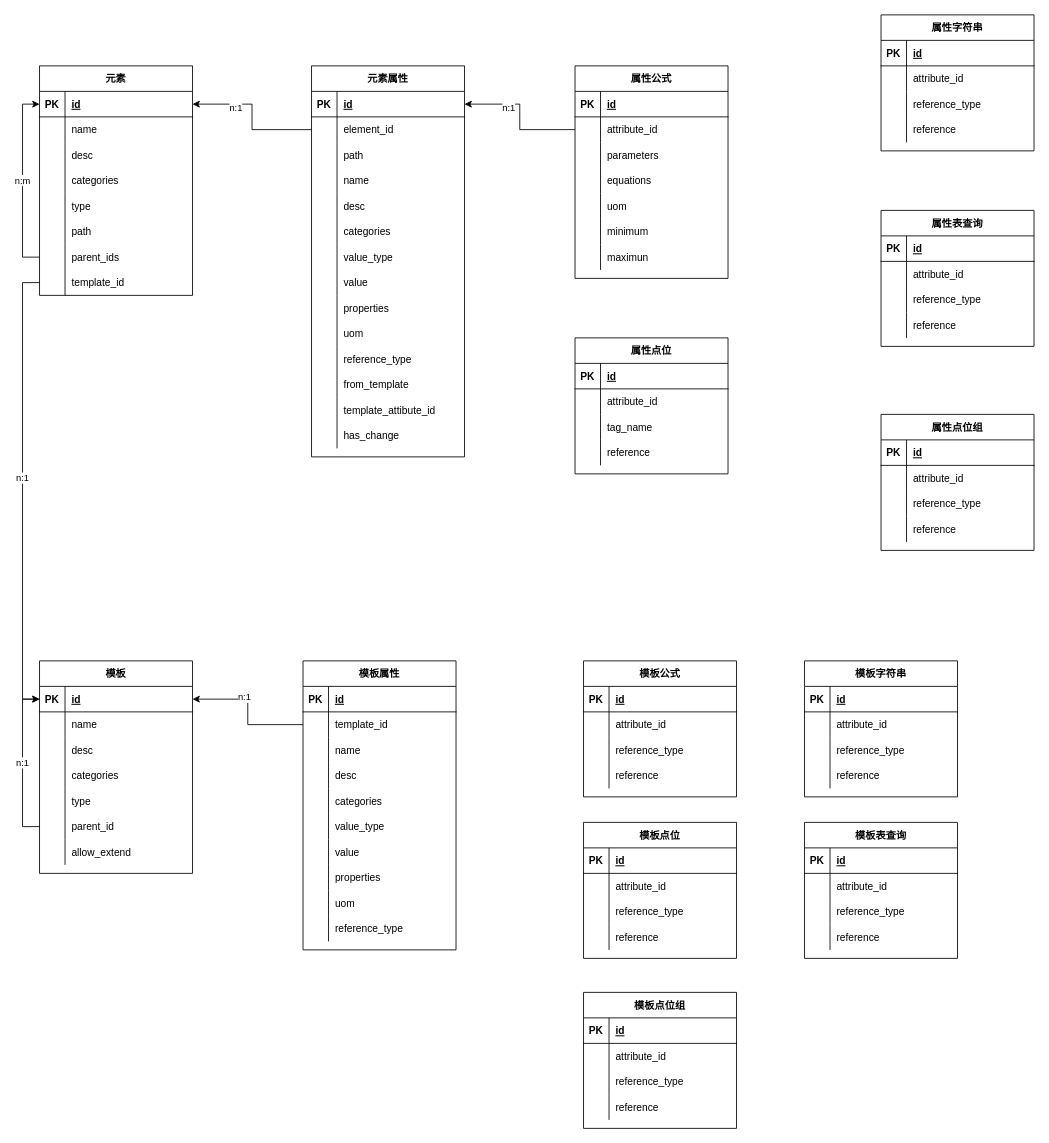
The draw.io diagram 资产框架.drawio in huhailong147/Test, before the edit. Source tidied: cells renumbered, new cells numbered last; positions are measured from the earlier drawing's top-left corner, leaving out a move shared by most shapes. Both pictures are drawn from the tidied source at 85%, with x=0, y=0 at pixel (39, 14).
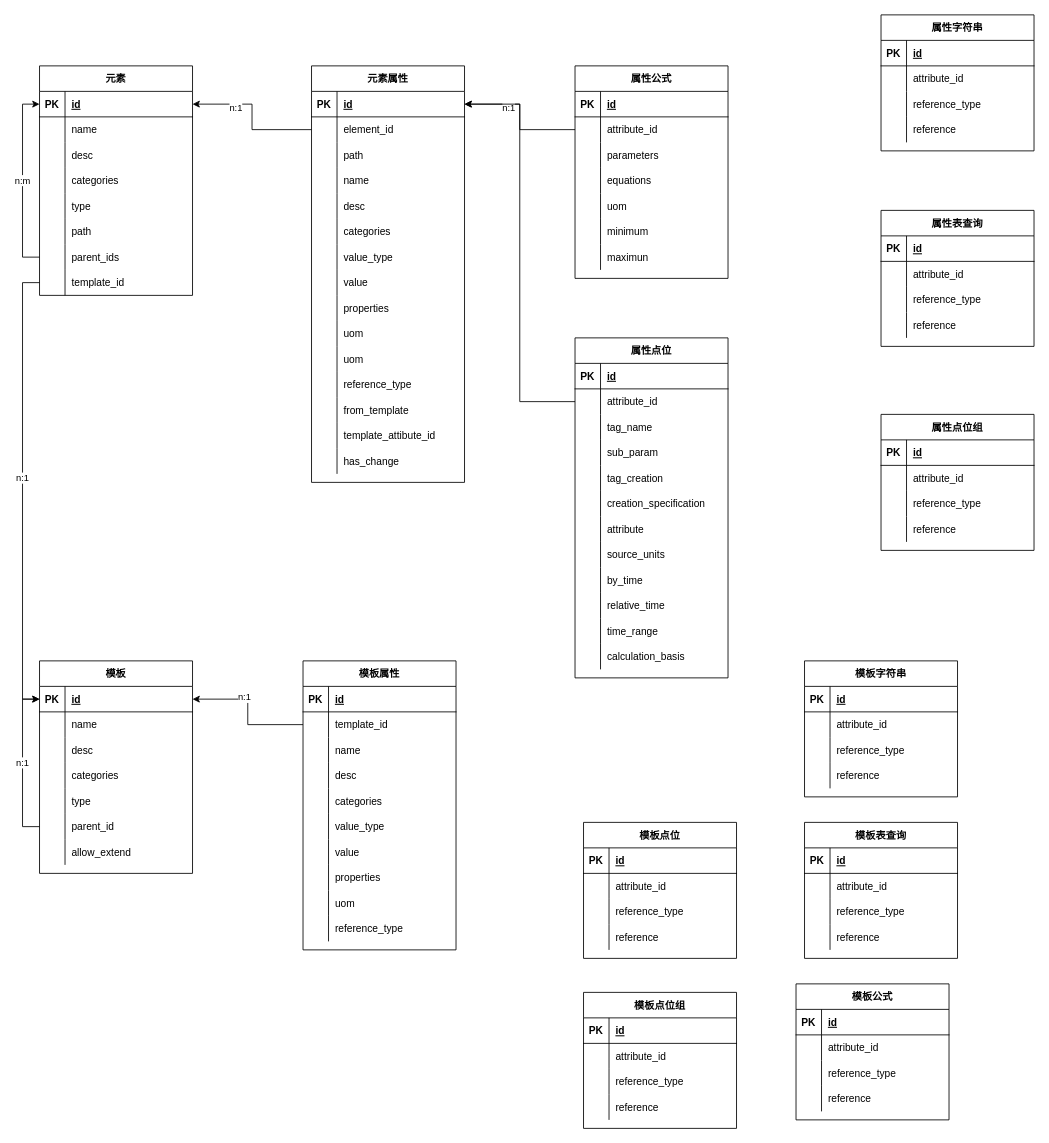
The same diagram, later.

The change refers to these unchanged cells:
```xml
<mxCell id="5" style="shape=partialRectangle;fillColor=none;top=0;left=0;bottom=1;right=0;points=[[0,0.5],[1,0.5]];portConstraint=eastwest;" parent="4" vertex="1">
  <mxGeometry y="30" width="180" height="30" as="geometry" />
</mxCell>
<mxCell id="263" style="shape=partialRectangle;fillColor=none;top=0;left=0;bottom=0;right=0;points=[[0,0.5],[1,0.5]];portConstraint=eastwest;" parent="259" vertex="1">
  <mxGeometry y="60" width="180" height="30" as="geometry" />
</mxCell>
<mxCell id="269" style="shape=partialRectangle;fillColor=none;top=0;left=0;bottom=0;right=0;" parent="259" vertex="1">
  <mxGeometry y="120" width="180" height="30" as="geometry" />
</mxCell>
```

Change to the diagram source:
```diff
@@
     <mxCell id="4" value="元素属性" style="shape=table;startSize=30;childLayout=tableLayout;rowLines=0;fontStyle=1;align=center;" parent="1" vertex="1">
-      <mxGeometry x="320" y="60" width="180" height="460" as="geometry" />
+      <mxGeometry x="320" y="60" width="180" height="490" as="geometry" />
     </mxCell>
@@
+    <mxCell id="272" style="shape=partialRectangle;fillColor=none;top=0;left=0;bottom=0;right=0;" parent="4" vertex="1">
+      <mxGeometry y="300" width="180" height="30" as="geometry" />
+    </mxCell>
+    <mxCell id="273" style="shape=partialRectangle;fillColor=none;top=0;left=0;bottom=0;right=0;overflow=hidden;" parent="272" vertex="1">
+      <mxGeometry width="30" height="30" as="geometry" />
+    </mxCell>
+    <mxCell id="274" value="uom" style="shape=partialRectangle;fillColor=none;top=0;left=0;bottom=0;right=0;align=left;spacingLeft=6;overflow=hidden;" parent="272" vertex="1">
+      <mxGeometry x="30" width="150" height="30" as="geometry" />
+    </mxCell>
     <mxCell id="32" style="shape=partialRectangle;fillColor=none;top=0;left=0;bottom=0;right=0;" parent="4" vertex="1">
-      <mxGeometry y="300" width="180" height="30" as="geometry" />
+      <mxGeometry y="330" width="180" height="30" as="geometry" />
     </mxCell>
@@
     <mxCell id="35" style="shape=partialRectangle;fillColor=none;top=0;left=0;bottom=0;right=0;" parent="4" vertex="1">
-      <mxGeometry y="330" width="180" height="30" as="geometry" />
+      <mxGeometry y="360" width="180" height="30" as="geometry" />
     </mxCell>
@@
     <mxCell id="38" style="shape=partialRectangle;fillColor=none;top=0;left=0;bottom=0;right=0;" parent="4" vertex="1">
-      <mxGeometry y="360" width="180" height="30" as="geometry" />
+      <mxGeometry y="390" width="180" height="30" as="geometry" />
     </mxCell>
@@
     <mxCell id="41" style="shape=partialRectangle;fillColor=none;top=0;left=0;bottom=0;right=0;" parent="4" vertex="1">
-      <mxGeometry y="390" width="180" height="30" as="geometry" />
+      <mxGeometry y="420" width="180" height="30" as="geometry" />
     </mxCell>
@@
     <mxCell id="44" style="shape=partialRectangle;fillColor=none;top=0;left=0;bottom=0;right=0;" parent="4" vertex="1">
-      <mxGeometry y="420" width="180" height="30" as="geometry" />
+      <mxGeometry y="450" width="180" height="30" as="geometry" />
     </mxCell>
@@
-    <mxCell id="168" value="模板公式" style="shape=table;startSize=30;childLayout=tableLayout;rowLines=0;fontStyle=1;align=center;" parent="1" vertex="1">
-      <mxGeometry x="640" y="760" width="180" height="160" as="geometry" />
-    </mxCell>
-    <mxCell id="169" style="shape=partialRectangle;fillColor=none;top=0;left=0;bottom=1;right=0;" parent="168" vertex="1">
-      <mxGeometry y="30" width="180" height="30" as="geometry" />
-    </mxCell>
-    <mxCell id="170" value="PK" style="shape=partialRectangle;fillColor=none;top=0;left=0;bottom=0;right=0;fontStyle=1;overflow=hidden;" parent="169" vertex="1">
-      <mxGeometry width="30" height="30" as="geometry" />
-    </mxCell>
-    <mxCell id="171" value="id" style="shape=partialRectangle;fillColor=none;top=0;left=0;bottom=0;right=0;align=left;spacingLeft=6;fontStyle=5;overflow=hidden;" parent="169" vertex="1">
-      <mxGeometry x="30" width="150" height="30" as="geometry" />
-    </mxCell>
-    <mxCell id="172" style="shape=partialRectangle;fillColor=none;top=0;left=0;bottom=0;right=0;" parent="168" vertex="1">
-      <mxGeometry y="60" width="180" height="30" as="geometry" />
-    </mxCell>
-    <mxCell id="173" style="shape=partialRectangle;fillColor=none;top=0;left=0;bottom=0;right=0;overflow=hidden;" parent="172" vertex="1">
-      <mxGeometry width="30" height="30" as="geometry" />
-    </mxCell>
-    <mxCell id="174" value="attribute_id" style="shape=partialRectangle;fillColor=none;top=0;left=0;bottom=0;right=0;align=left;spacingLeft=6;overflow=hidden;" parent="172" vertex="1">
-      <mxGeometry x="30" width="150" height="30" as="geometry" />
-    </mxCell>
-    <mxCell id="175" style="shape=partialRectangle;fillColor=none;top=0;left=0;bottom=0;right=0;" parent="168" vertex="1">
-      <mxGeometry y="90" width="180" height="30" as="geometry" />
-    </mxCell>
-    <mxCell id="176" style="shape=partialRectangle;fillColor=none;top=0;left=0;bottom=0;right=0;overflow=hidden;" parent="175" vertex="1">
-      <mxGeometry width="30" height="30" as="geometry" />
-    </mxCell>
-    <mxCell id="177" value="reference_type" style="shape=partialRectangle;fillColor=none;top=0;left=0;bottom=0;right=0;align=left;spacingLeft=6;overflow=hidden;" parent="175" vertex="1">
-      <mxGeometry x="30" width="150" height="30" as="geometry" />
-    </mxCell>
-    <mxCell id="178" style="shape=partialRectangle;fillColor=none;top=0;left=0;bottom=0;right=0;" parent="168" vertex="1">
-      <mxGeometry y="120" width="180" height="30" as="geometry" />
-    </mxCell>
-    <mxCell id="179" style="shape=partialRectangle;fillColor=none;top=0;left=0;bottom=0;right=0;overflow=hidden;" parent="178" vertex="1">
-      <mxGeometry width="30" height="30" as="geometry" />
-    </mxCell>
-    <mxCell id="180" value="reference" style="shape=partialRectangle;fillColor=none;top=0;left=0;bottom=0;right=0;align=left;spacingLeft=6;overflow=hidden;" parent="178" vertex="1">
-      <mxGeometry x="30" width="150" height="30" as="geometry" />
-    </mxCell>
@@
     <mxCell id="259" value="属性点位" style="shape=table;startSize=30;childLayout=tableLayout;rowLines=0;fontStyle=1;align=center;" parent="1" vertex="1">
-      <mxGeometry x="630" y="380" width="180" height="160" as="geometry" />
+      <mxGeometry x="630" y="380" width="180" height="400" as="geometry" />
     </mxCell>
@@
-    <mxCell id="271" value="reference" style="shape=partialRectangle;fillColor=none;top=0;left=0;bottom=0;right=0;align=left;spacingLeft=6;overflow=hidden;" parent="269" vertex="1">
+    <mxCell id="271" value="sub_param" style="shape=partialRectangle;fillColor=none;top=0;left=0;bottom=0;right=0;align=left;spacingLeft=6;overflow=hidden;" parent="269" vertex="1">
       <mxGeometry x="30" width="150" height="30" as="geometry" />
     </mxCell>
+    <mxCell id="275" style="shape=partialRectangle;fillColor=none;top=0;left=0;bottom=0;right=0;" parent="259" vertex="1">
+      <mxGeometry y="150" width="180" height="30" as="geometry" />
+    </mxCell>
+    <mxCell id="276" style="shape=partialRectangle;fillColor=none;top=0;left=0;bottom=0;right=0;overflow=hidden;" parent="275" vertex="1">
+      <mxGeometry width="30" height="30" as="geometry" />
+    </mxCell>
+    <mxCell id="277" value="tag_creation" style="shape=partialRectangle;fillColor=none;top=0;left=0;bottom=0;right=0;align=left;spacingLeft=6;overflow=hidden;" parent="275" vertex="1">
+      <mxGeometry x="30" width="150" height="30" as="geometry" />
+    </mxCell>
+    <mxCell id="278" style="shape=partialRectangle;fillColor=none;top=0;left=0;bottom=0;right=0;" parent="259" vertex="1">
+      <mxGeometry y="180" width="180" height="30" as="geometry" />
+    </mxCell>
+    <mxCell id="279" style="shape=partialRectangle;fillColor=none;top=0;left=0;bottom=0;right=0;overflow=hidden;" parent="278" vertex="1">
+      <mxGeometry width="30" height="30" as="geometry" />
+    </mxCell>
+    <mxCell id="280" value="creation_specification" style="shape=partialRectangle;fillColor=none;top=0;left=0;bottom=0;right=0;align=left;spacingLeft=6;overflow=hidden;" parent="278" vertex="1">
+      <mxGeometry x="30" width="150" height="30" as="geometry" />
+    </mxCell>
+    <mxCell id="281" style="shape=partialRectangle;fillColor=none;top=0;left=0;bottom=0;right=0;" parent="259" vertex="1">
+      <mxGeometry y="210" width="180" height="30" as="geometry" />
+    </mxCell>
+    <mxCell id="282" style="shape=partialRectangle;fillColor=none;top=0;left=0;bottom=0;right=0;overflow=hidden;" parent="281" vertex="1">
+      <mxGeometry width="30" height="30" as="geometry" />
+    </mxCell>
+    <mxCell id="283" value="attribute" style="shape=partialRectangle;fillColor=none;top=0;left=0;bottom=0;right=0;align=left;spacingLeft=6;overflow=hidden;" parent="281" vertex="1">
+      <mxGeometry x="30" width="150" height="30" as="geometry" />
+    </mxCell>
+    <mxCell id="284" style="shape=partialRectangle;fillColor=none;top=0;left=0;bottom=0;right=0;" parent="259" vertex="1">
+      <mxGeometry y="240" width="180" height="30" as="geometry" />
+    </mxCell>
+    <mxCell id="285" style="shape=partialRectangle;fillColor=none;top=0;left=0;bottom=0;right=0;overflow=hidden;" parent="284" vertex="1">
+      <mxGeometry width="30" height="30" as="geometry" />
+    </mxCell>
+    <mxCell id="286" value="source_units" style="shape=partialRectangle;fillColor=none;top=0;left=0;bottom=0;right=0;align=left;spacingLeft=6;overflow=hidden;" parent="284" vertex="1">
+      <mxGeometry x="30" width="150" height="30" as="geometry" />
+    </mxCell>
+    <mxCell id="287" style="shape=partialRectangle;fillColor=none;top=0;left=0;bottom=0;right=0;" parent="259" vertex="1">
+      <mxGeometry y="270" width="180" height="30" as="geometry" />
+    </mxCell>
+    <mxCell id="288" style="shape=partialRectangle;fillColor=none;top=0;left=0;bottom=0;right=0;overflow=hidden;" parent="287" vertex="1">
+      <mxGeometry width="30" height="30" as="geometry" />
+    </mxCell>
+    <mxCell id="289" value="by_time" style="shape=partialRectangle;fillColor=none;top=0;left=0;bottom=0;right=0;align=left;spacingLeft=6;overflow=hidden;" parent="287" vertex="1">
+      <mxGeometry x="30" width="150" height="30" as="geometry" />
+    </mxCell>
+    <mxCell id="290" style="shape=partialRectangle;fillColor=none;top=0;left=0;bottom=0;right=0;" parent="259" vertex="1">
+      <mxGeometry y="300" width="180" height="30" as="geometry" />
+    </mxCell>
+    <mxCell id="291" style="shape=partialRectangle;fillColor=none;top=0;left=0;bottom=0;right=0;overflow=hidden;" parent="290" vertex="1">
+      <mxGeometry width="30" height="30" as="geometry" />
+    </mxCell>
+    <mxCell id="292" value="relative_time" style="shape=partialRectangle;fillColor=none;top=0;left=0;bottom=0;right=0;align=left;spacingLeft=6;overflow=hidden;" parent="290" vertex="1">
+      <mxGeometry x="30" width="150" height="30" as="geometry" />
+    </mxCell>
+    <mxCell id="293" style="shape=partialRectangle;fillColor=none;top=0;left=0;bottom=0;right=0;" parent="259" vertex="1">
+      <mxGeometry y="330" width="180" height="30" as="geometry" />
+    </mxCell>
+    <mxCell id="294" style="shape=partialRectangle;fillColor=none;top=0;left=0;bottom=0;right=0;overflow=hidden;" parent="293" vertex="1">
+      <mxGeometry width="30" height="30" as="geometry" />
+    </mxCell>
+    <mxCell id="295" value="time_range" style="shape=partialRectangle;fillColor=none;top=0;left=0;bottom=0;right=0;align=left;spacingLeft=6;overflow=hidden;" parent="293" vertex="1">
+      <mxGeometry x="30" width="150" height="30" as="geometry" />
+    </mxCell>
+    <mxCell id="296" style="shape=partialRectangle;fillColor=none;top=0;left=0;bottom=0;right=0;" parent="259" vertex="1">
+      <mxGeometry y="360" width="180" height="30" as="geometry" />
+    </mxCell>
+    <mxCell id="297" style="shape=partialRectangle;fillColor=none;top=0;left=0;bottom=0;right=0;overflow=hidden;" parent="296" vertex="1">
+      <mxGeometry width="30" height="30" as="geometry" />
+    </mxCell>
+    <mxCell id="298" value="calculation_basis" style="shape=partialRectangle;fillColor=none;top=0;left=0;bottom=0;right=0;align=left;spacingLeft=6;overflow=hidden;" parent="296" vertex="1">
+      <mxGeometry x="30" width="150" height="30" as="geometry" />
+    </mxCell>
+    <mxCell id="299" style="edgeStyle=orthogonalEdgeStyle;rounded=0;jettySize=auto;html=1;entryX=1;entryY=0.5;entryDx=0;entryDy=0;exitX=0;exitY=0.5;exitDx=0;exitDy=0;" parent="1" edge="1" source="263" target="5">
+      <mxGeometry relative="1" as="geometry" />
+    </mxCell>
+    <mxCell id="168" value="模板公式" style="shape=table;startSize=30;childLayout=tableLayout;rowLines=0;fontStyle=1;align=center;" parent="1" vertex="1">
+      <mxGeometry x="890" y="1140" width="180" height="160" as="geometry" />
+    </mxCell>
+    <mxCell id="169" style="shape=partialRectangle;fillColor=none;top=0;left=0;bottom=1;right=0;" parent="168" vertex="1">
+      <mxGeometry y="30" width="180" height="30" as="geometry" />
+    </mxCell>
+    <mxCell id="170" value="PK" style="shape=partialRectangle;fillColor=none;top=0;left=0;bottom=0;right=0;fontStyle=1;overflow=hidden;" parent="169" vertex="1">
+      <mxGeometry width="30" height="30" as="geometry" />
+    </mxCell>
+    <mxCell id="171" value="id" style="shape=partialRectangle;fillColor=none;top=0;left=0;bottom=0;right=0;align=left;spacingLeft=6;fontStyle=5;overflow=hidden;" parent="169" vertex="1">
+      <mxGeometry x="30" width="150" height="30" as="geometry" />
+    </mxCell>
+    <mxCell id="172" style="shape=partialRectangle;fillColor=none;top=0;left=0;bottom=0;right=0;" parent="168" vertex="1">
+      <mxGeometry y="60" width="180" height="30" as="geometry" />
+    </mxCell>
+    <mxCell id="173" style="shape=partialRectangle;fillColor=none;top=0;left=0;bottom=0;right=0;overflow=hidden;" parent="172" vertex="1">
+      <mxGeometry width="30" height="30" as="geometry" />
+    </mxCell>
+    <mxCell id="174" value="attribute_id" style="shape=partialRectangle;fillColor=none;top=0;left=0;bottom=0;right=0;align=left;spacingLeft=6;overflow=hidden;" parent="172" vertex="1">
+      <mxGeometry x="30" width="150" height="30" as="geometry" />
+    </mxCell>
+    <mxCell id="175" style="shape=partialRectangle;fillColor=none;top=0;left=0;bottom=0;right=0;" parent="168" vertex="1">
+      <mxGeometry y="90" width="180" height="30" as="geometry" />
+    </mxCell>
+    <mxCell id="176" style="shape=partialRectangle;fillColor=none;top=0;left=0;bottom=0;right=0;overflow=hidden;" parent="175" vertex="1">
+      <mxGeometry width="30" height="30" as="geometry" />
+    </mxCell>
+    <mxCell id="177" value="reference_type" style="shape=partialRectangle;fillColor=none;top=0;left=0;bottom=0;right=0;align=left;spacingLeft=6;overflow=hidden;" parent="175" vertex="1">
+      <mxGeometry x="30" width="150" height="30" as="geometry" />
+    </mxCell>
+    <mxCell id="178" style="shape=partialRectangle;fillColor=none;top=0;left=0;bottom=0;right=0;" parent="168" vertex="1">
+      <mxGeometry y="120" width="180" height="30" as="geometry" />
+    </mxCell>
+    <mxCell id="179" style="shape=partialRectangle;fillColor=none;top=0;left=0;bottom=0;right=0;overflow=hidden;" parent="178" vertex="1">
+      <mxGeometry width="30" height="30" as="geometry" />
+    </mxCell>
+    <mxCell id="180" value="reference" style="shape=partialRectangle;fillColor=none;top=0;left=0;bottom=0;right=0;align=left;spacingLeft=6;overflow=hidden;" parent="178" vertex="1">
+      <mxGeometry x="30" width="150" height="30" as="geometry" />
+    </mxCell>
```
